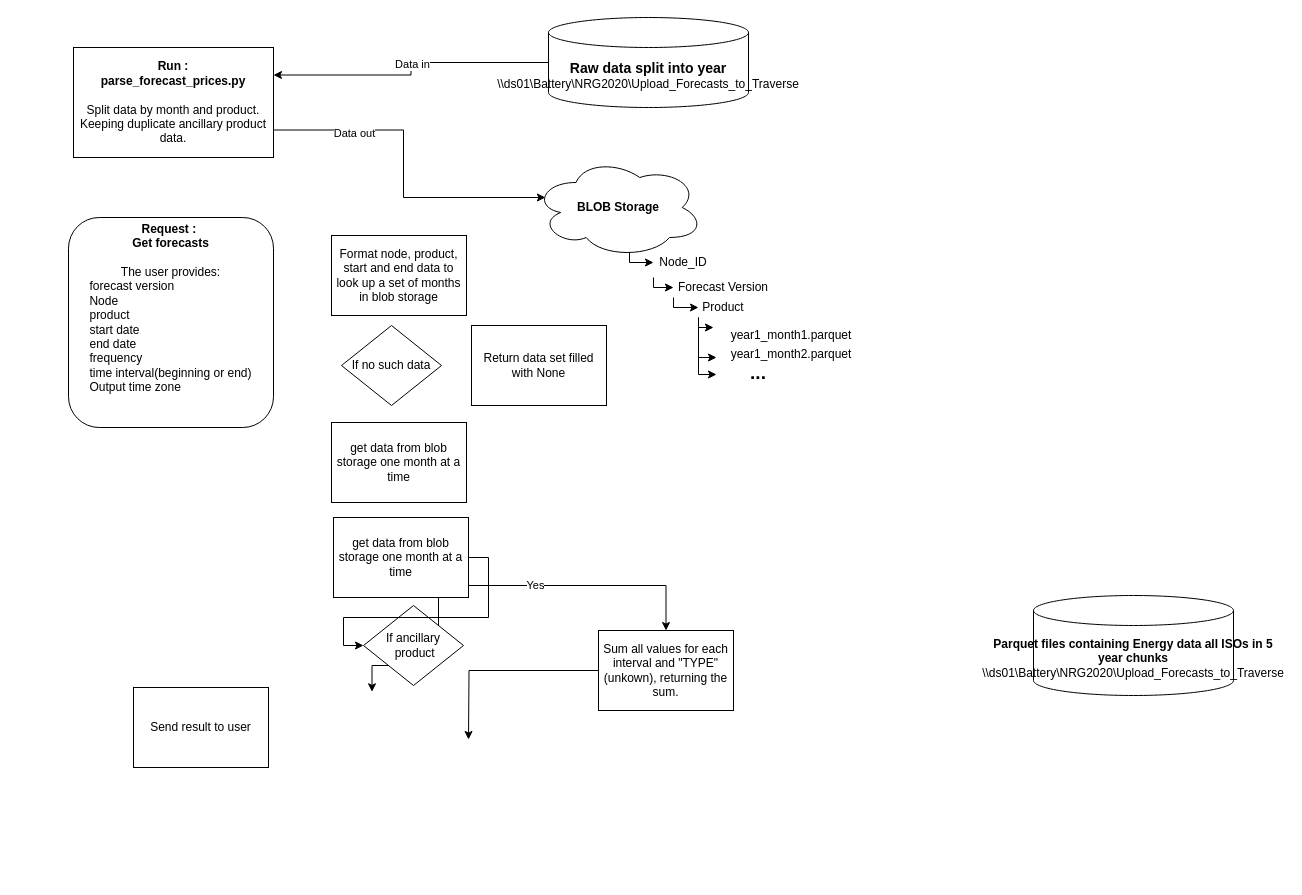
Before: page "Page-1" (1 of 2) of design_prop_1.drawio in rmFlynn/Wrighton_diagrams, a draw.io diagram. Source tidied: cells renumbered, new cells numbered last; positions are measured from the earlier drawing's top-left corner, leaving out a move shared by most shapes. Both pictures are drawn from the tidied source at 100%, with x=0, y=0 at pixel (68, 17).
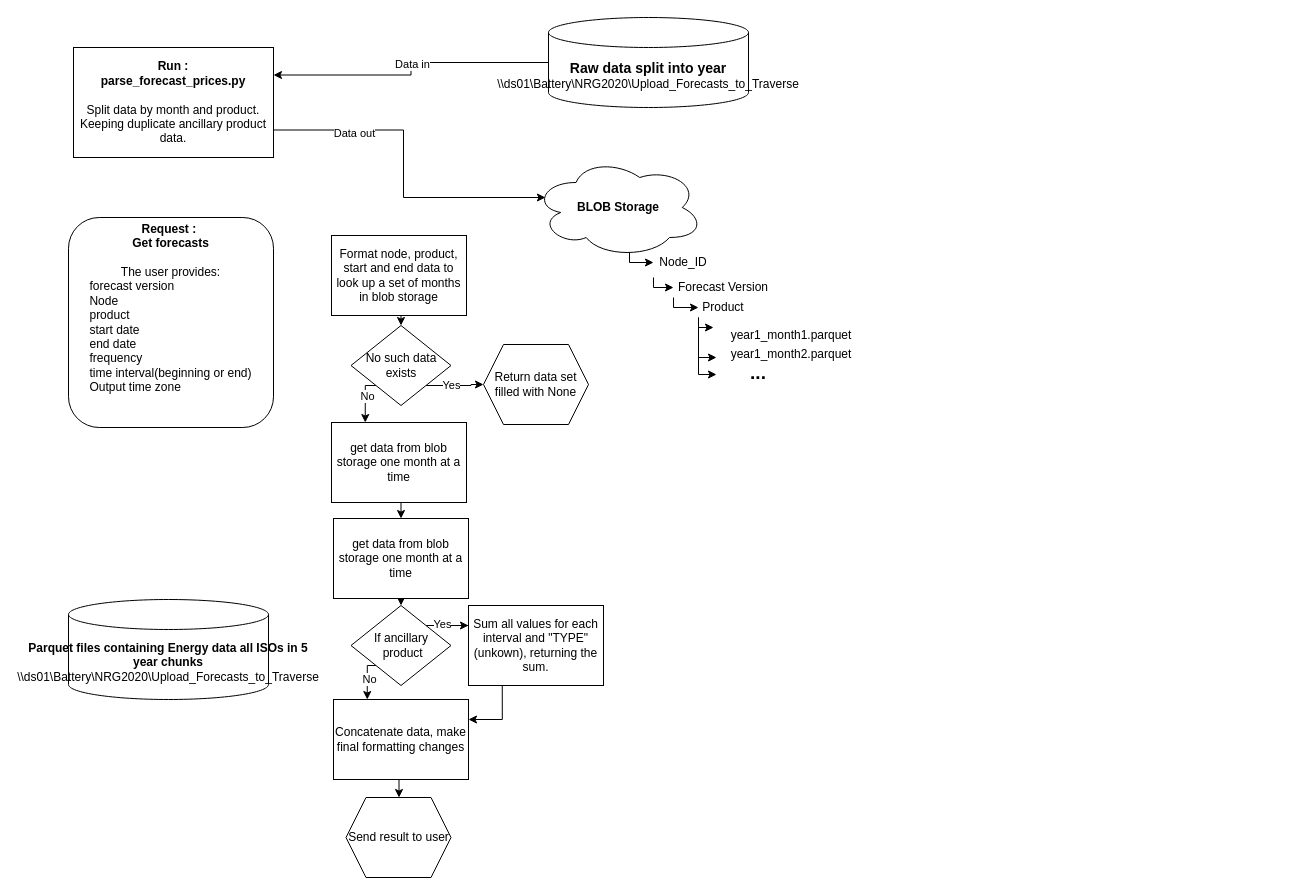
The same diagram, later.

The change refers to these unchanged cells:
```xml
<mxCell id="23" value="&lt;div&gt;Format node, product, start and end data to look up a set of months in blob storage&lt;/div&gt;" style="rounded=0;whiteSpace=wrap;html=1;" parent="1" vertex="1">
  <mxGeometry x="263" y="218" width="135" height="80" as="geometry" />
</mxCell>
<mxCell id="28" value="get data from blob storage one month at a time" style="rounded=0;whiteSpace=wrap;html=1;" parent="1" vertex="1">
  <mxGeometry x="263" y="405" width="135" height="80" as="geometry" />
</mxCell>
```

Change to the diagram source:
```diff
@@
     <mxCell id="5" value="&lt;b&gt;Parquet files containing Energy data all ISOs in 5 year chunks&lt;/b&gt;&lt;br&gt;\\ds01\Battery\NRG2020\Upload_Forecasts_to_Traverse" style="shape=cylinder3;whiteSpace=wrap;html=1;boundedLbl=1;backgroundOutline=1;size=15;" parent="1" vertex="1">
-      <mxGeometry x="965" y="578" width="200" height="100" as="geometry" />
+      <mxGeometry y="582" width="200" height="100" as="geometry" />
     </mxCell>
@@
-    <mxCell id="18" style="edgeStyle=orthogonalEdgeStyle;rounded=0;jettySize=auto;html=1;exitX=1;exitY=1;exitDx=0;exitDy=0;entryX=0.5;entryY=0;entryDx=0;entryDy=0;" parent="1" edge="1" source="21" target="34">
-      <mxGeometry relative="1" as="geometry">
-        <Array as="points">
-          <mxPoint x="598" y="568" />
-        </Array>
-      </mxGeometry>
+    <mxCell id="18" style="edgeStyle=orthogonalEdgeStyle;rounded=0;jettySize=auto;html=1;exitX=1;exitY=0;exitDx=0;exitDy=0;entryX=0;entryY=0.25;entryDx=0;entryDy=0;" parent="1" edge="1" source="21" target="34">
+      <mxGeometry relative="1" as="geometry" />
     </mxCell>
-    <mxCell id="19" value="Yes" style="edgeLabel;html=1;align=center;verticalAlign=middle;" parent="18" vertex="1">
-      <mxGeometry y="1" relative="1" as="geometry" />
-    </mxCell>
-    <mxCell id="20" style="edgeStyle=orthogonalEdgeStyle;rounded=0;jettySize=auto;html=1;exitX=0;exitY=1;exitDx=0;exitDy=0;entryX=0.285;entryY=-0.096;entryDx=0;entryDy=0;entryPerimeter=0;" parent="1" edge="1" source="21">
-      <mxGeometry relative="1" as="geometry">
-        <mxPoint x="303.5" y="674.3" as="targetPoint" />
-      </mxGeometry>
-    </mxCell>
+    <mxCell id="36" value="Yes" style="edgeLabel;html=1;align=center;verticalAlign=middle;" parent="18" vertex="1">
+      <mxGeometry x="-0.63" y="2" relative="1" as="geometry" />
+    </mxCell>
+    <mxCell id="37" style="edgeStyle=orthogonalEdgeStyle;rounded=0;jettySize=auto;html=1;exitX=0;exitY=1;exitDx=0;exitDy=0;entryX=0.25;entryY=0;entryDx=0;entryDy=0;" parent="1" edge="1" source="21" target="42">
+      <mxGeometry relative="1" as="geometry" />
+    </mxCell>
+    <mxCell id="38" value="No" style="edgeLabel;html=1;align=center;verticalAlign=middle;" parent="37" vertex="1">
+      <mxGeometry x="0.01" y="2" relative="1" as="geometry" />
+    </mxCell>
     <mxCell id="21" value="&lt;div&gt;If ancillary&lt;/div&gt;&lt;div&gt;&amp;nbsp;product&lt;/div&gt;" style="rhombus;whiteSpace=wrap;html=1;" parent="1" vertex="1">
-      <mxGeometry x="295" y="588" width="100" height="80" as="geometry" />
+      <mxGeometry x="282.5" y="588" width="100" height="80" as="geometry" />
     </mxCell>
@@
+    <mxCell id="39" style="edgeStyle=orthogonalEdgeStyle;rounded=0;jettySize=auto;html=1;exitX=0.5;exitY=1;exitDx=0;exitDy=0;entryX=0.5;entryY=0;entryDx=0;entryDy=0;" parent="1" edge="1" source="23" target="31">
+      <mxGeometry relative="1" as="geometry" />
+    </mxCell>
@@
+    <mxCell id="40" style="edgeStyle=orthogonalEdgeStyle;rounded=0;jettySize=auto;html=1;exitX=0.5;exitY=1;exitDx=0;exitDy=0;entryX=0.5;entryY=0;entryDx=0;entryDy=0;" parent="1" edge="1" source="28" target="30">
+      <mxGeometry relative="1" as="geometry" />
+    </mxCell>
@@
-    <mxCell id="29" style="edgeStyle=orthogonalEdgeStyle;rounded=0;jettySize=auto;html=1;exitX=1;exitY=0.5;exitDx=0;exitDy=0;entryX=0;entryY=0.5;entryDx=0;entryDy=0;" parent="1" edge="1" source="30" target="21">
+    <mxCell id="29" style="edgeStyle=orthogonalEdgeStyle;rounded=0;jettySize=auto;html=1;exitX=0.5;exitY=1;exitDx=0;exitDy=0;entryX=0.5;entryY=0;entryDx=0;entryDy=0;" parent="1" edge="1" source="30" target="21">
       <mxGeometry relative="1" as="geometry" />
     </mxCell>
     <mxCell id="30" value="get data from blob storage one month at a time" style="rounded=0;whiteSpace=wrap;html=1;" parent="1" vertex="1">
-      <mxGeometry x="265" y="500" width="135" height="80" as="geometry" />
+      <mxGeometry x="265" y="501" width="135" height="80" as="geometry" />
     </mxCell>
+    <mxCell id="41" style="edgeStyle=orthogonalEdgeStyle;rounded=0;jettySize=auto;html=1;exitX=0.5;exitY=1;exitDx=0;exitDy=0;entryX=0.5;entryY=0;entryDx=0;entryDy=0;" parent="1" edge="1" source="42">
+      <mxGeometry relative="1" as="geometry">
+        <mxPoint x="330.5" y="780" as="targetPoint" />
+      </mxGeometry>
+    </mxCell>
+    <mxCell id="42" value="Concatenate data, make final formatting changes " style="rounded=0;whiteSpace=wrap;html=1;" parent="1" vertex="1">
+      <mxGeometry x="265" y="682" width="135" height="80" as="geometry" />
+    </mxCell>
+    <mxCell id="43" style="edgeStyle=orthogonalEdgeStyle;rounded=0;jettySize=auto;html=1;exitX=0;exitY=1;exitDx=0;exitDy=0;entryX=0.25;entryY=0;entryDx=0;entryDy=0;" parent="1" edge="1" source="31" target="28">
+      <mxGeometry relative="1" as="geometry" />
+    </mxCell>
+    <mxCell id="44" value="No" style="edgeLabel;html=1;align=center;verticalAlign=middle;" parent="43" vertex="1">
+      <mxGeometry x="-0.13" y="2" relative="1" as="geometry" />
+    </mxCell>
+    <mxCell id="45" style="edgeStyle=orthogonalEdgeStyle;rounded=0;jettySize=auto;html=1;exitX=1;exitY=1;exitDx=0;exitDy=0;entryX=0;entryY=0.5;entryDx=0;entryDy=0;" parent="1" edge="1" source="31" target="32">
+      <mxGeometry relative="1" as="geometry" />
+    </mxCell>
+    <mxCell id="46" value="Yes" style="edgeLabel;html=1;align=center;verticalAlign=middle;" parent="45" vertex="1">
+      <mxGeometry x="-0.14" y="1" relative="1" as="geometry" />
+    </mxCell>
-    <mxCell id="31" value="&lt;div&gt;If no such data&lt;/div&gt;" style="rhombus;whiteSpace=wrap;html=1;" parent="1" vertex="1">
-      <mxGeometry x="273" y="308" width="100" height="80" as="geometry" />
+    <mxCell id="31" value="&lt;div&gt;No such data&lt;/div&gt;&lt;div&gt;exists&lt;br&gt;&lt;/div&gt;" style="rhombus;whiteSpace=wrap;html=1;" parent="1" vertex="1">
+      <mxGeometry x="282.5" y="308" width="100" height="80" as="geometry" />
     </mxCell>
+    <mxCell id="47" style="edgeStyle=orthogonalEdgeStyle;rounded=0;jettySize=auto;html=1;exitX=0.25;exitY=1;exitDx=0;exitDy=0;entryX=1;entryY=0.25;entryDx=0;entryDy=0;" parent="1" edge="1" source="34" target="42">
+      <mxGeometry relative="1" as="geometry" />
+    </mxCell>
+    <mxCell id="34" value="Sum all values for each interval and &quot;TYPE&quot;(unkown), returning the sum." style="rounded=0;whiteSpace=wrap;html=1;" parent="1" vertex="1">
+      <mxGeometry x="400" y="588" width="135" height="80" as="geometry" />
+    </mxCell>
-    <mxCell id="32" value="Return data set filled with None" style="rounded=0;whiteSpace=wrap;html=1;" parent="1" vertex="1">
-      <mxGeometry x="403" y="308" width="135" height="80" as="geometry" />
+    <mxCell id="32" value="Return data set filled with None" style="shape=hexagon;perimeter=hexagonPerimeter2;whiteSpace=wrap;html=1;fixedSize=1;" parent="1" vertex="1">
+      <mxGeometry x="415" y="327" width="105" height="80" as="geometry" />
     </mxCell>
-    <mxCell id="33" style="edgeStyle=orthogonalEdgeStyle;rounded=0;jettySize=auto;html=1;exitX=0;exitY=0.5;exitDx=0;exitDy=0;" parent="1" edge="1" source="34">
-      <mxGeometry relative="1" as="geometry">
-        <mxPoint x="400" y="722" as="targetPoint" />
-      </mxGeometry>
-    </mxCell>
-    <mxCell id="34" value="Sum all values for each interval and &quot;TYPE&quot;(unkown), returning the sum." style="rounded=0;whiteSpace=wrap;html=1;" parent="1" vertex="1">
-      <mxGeometry x="530" y="613" width="135" height="80" as="geometry" />
-    </mxCell>
-    <mxCell id="35" value="Send result to user" style="rounded=0;whiteSpace=wrap;html=1;" parent="1" vertex="1">
-      <mxGeometry x="65" y="670" width="135" height="80" as="geometry" />
+    <mxCell id="35" value="Send result to user" style="shape=hexagon;perimeter=hexagonPerimeter2;whiteSpace=wrap;html=1;fixedSize=1;" parent="1" vertex="1">
+      <mxGeometry x="277.5" y="780" width="105" height="80" as="geometry" />
     </mxCell>
```
